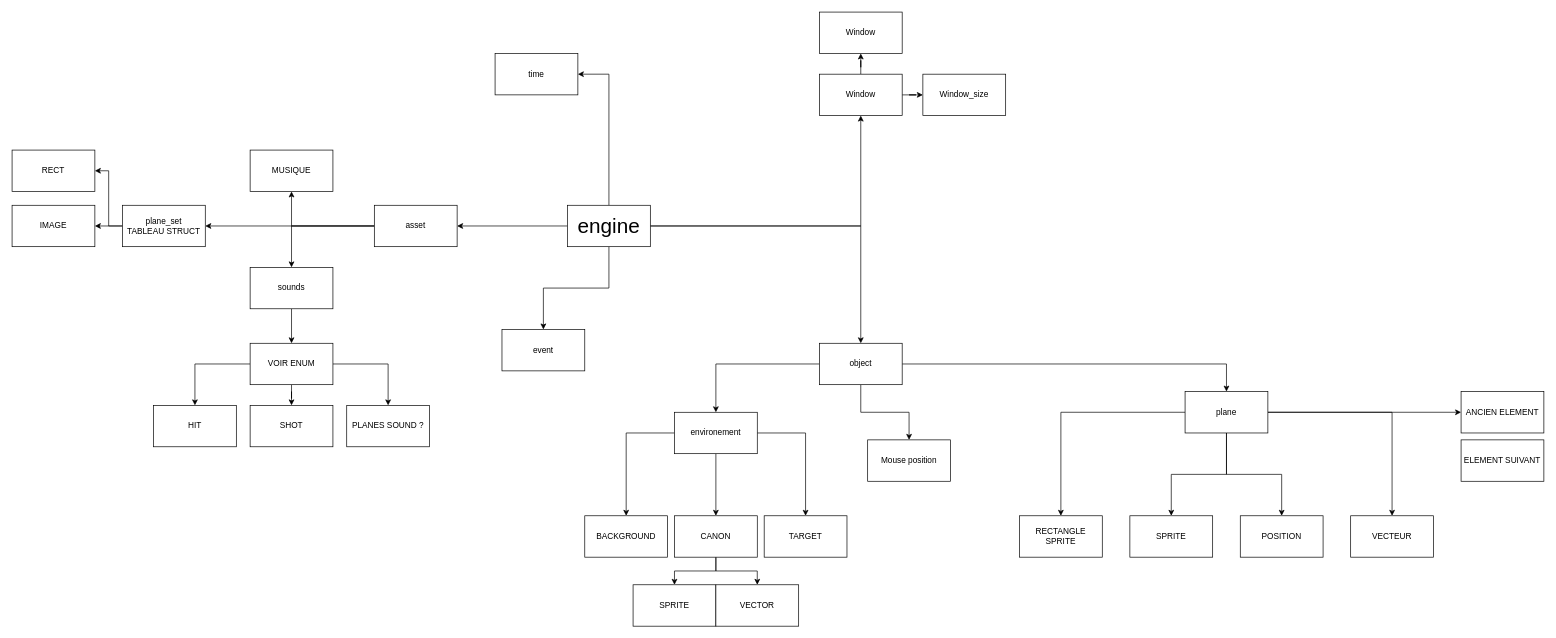
pierre1754/My-Hunter keeps this draw.io diagram as my_Hunter.drawio. Above is the earlier version. Source tidied: cells renumbered, new cells numbered last; positions are measured from the earlier drawing's top-left corner, leaving out a move shared by most shapes. Both pictures are drawn from the tidied source at 69%, with x=0, y=0 at pixel (12, 12).
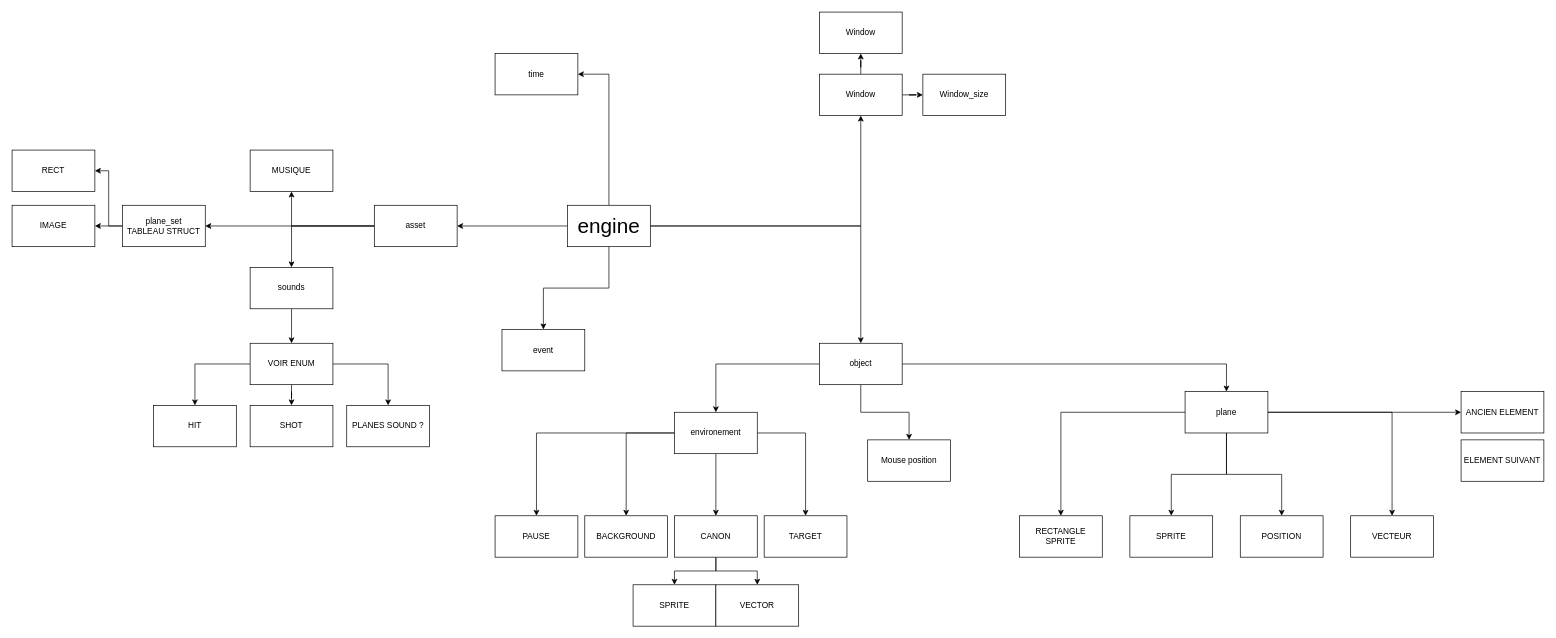
The same diagram, later.

Commit message (it also covers changes not shown here):
pause working

The change refers to these unchanged cells:
```xml
<mxCell id="25" value="&lt;div&gt;environement&lt;/div&gt;" style="rounded=0;whiteSpace=wrap;html=1;" parent="1" vertex="1">
  <mxGeometry x="960" y="580" width="120" height="60" as="geometry" />
</mxCell>
```

Diff of the diagram source:
```diff
@@
+    <mxCell id="62" style="edgeStyle=orthogonalEdgeStyle;rounded=0;jettySize=auto;html=1;entryX=0.5;entryY=0;entryDx=0;entryDy=0;" parent="1" edge="1" source="25" target="63">
+      <mxGeometry relative="1" as="geometry" />
+    </mxCell>
@@
+    <mxCell id="63" value="PAUSE" style="rounded=0;whiteSpace=wrap;html=1;" parent="1" vertex="1">
+      <mxGeometry x="700" y="730" width="120" height="60" as="geometry" />
+    </mxCell>
```
